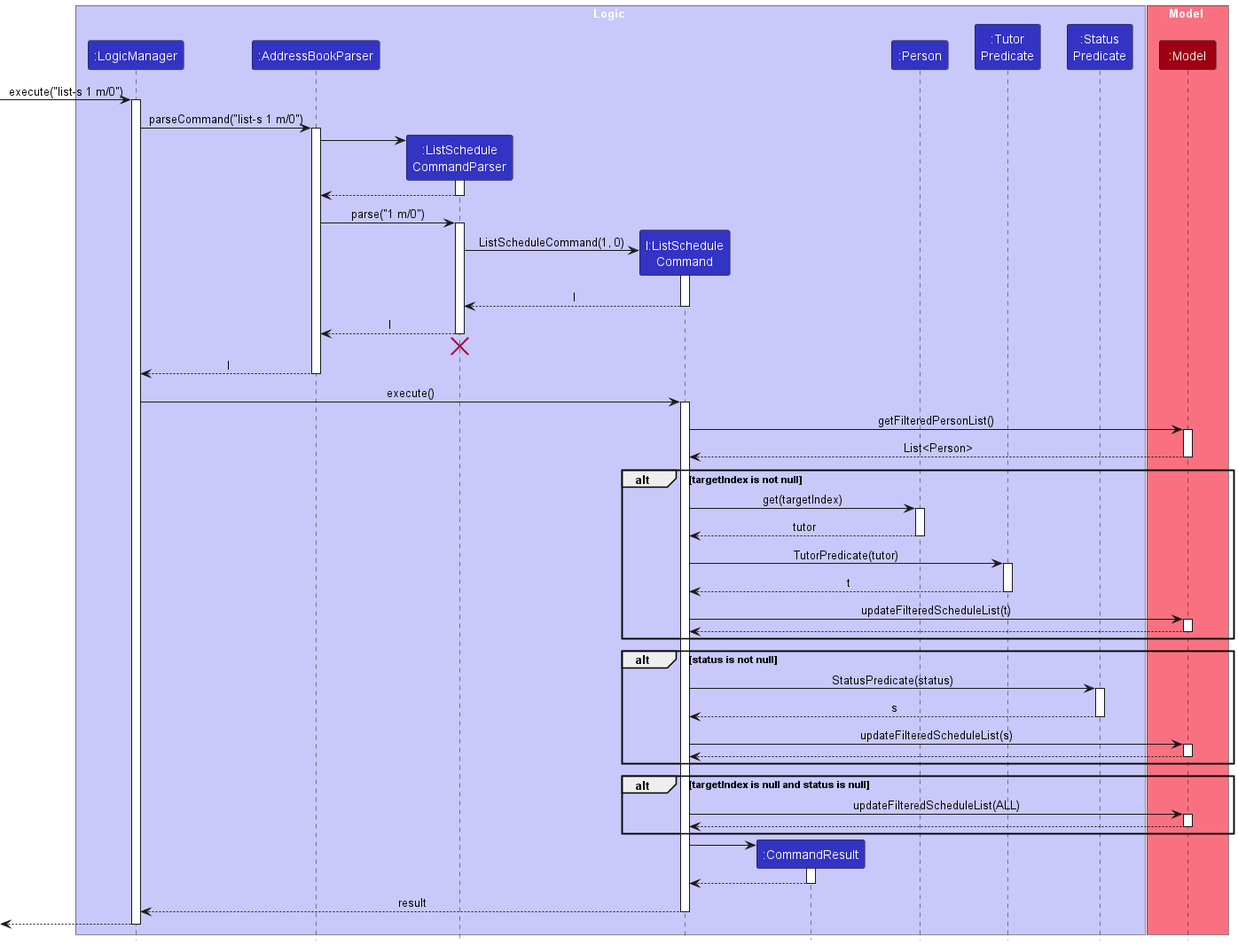
This is docs/images/ListScheduleSequenceDiagram.png from nus-cs2103-AY2324S1/tp, a PlantUML export, as it was before one commit.
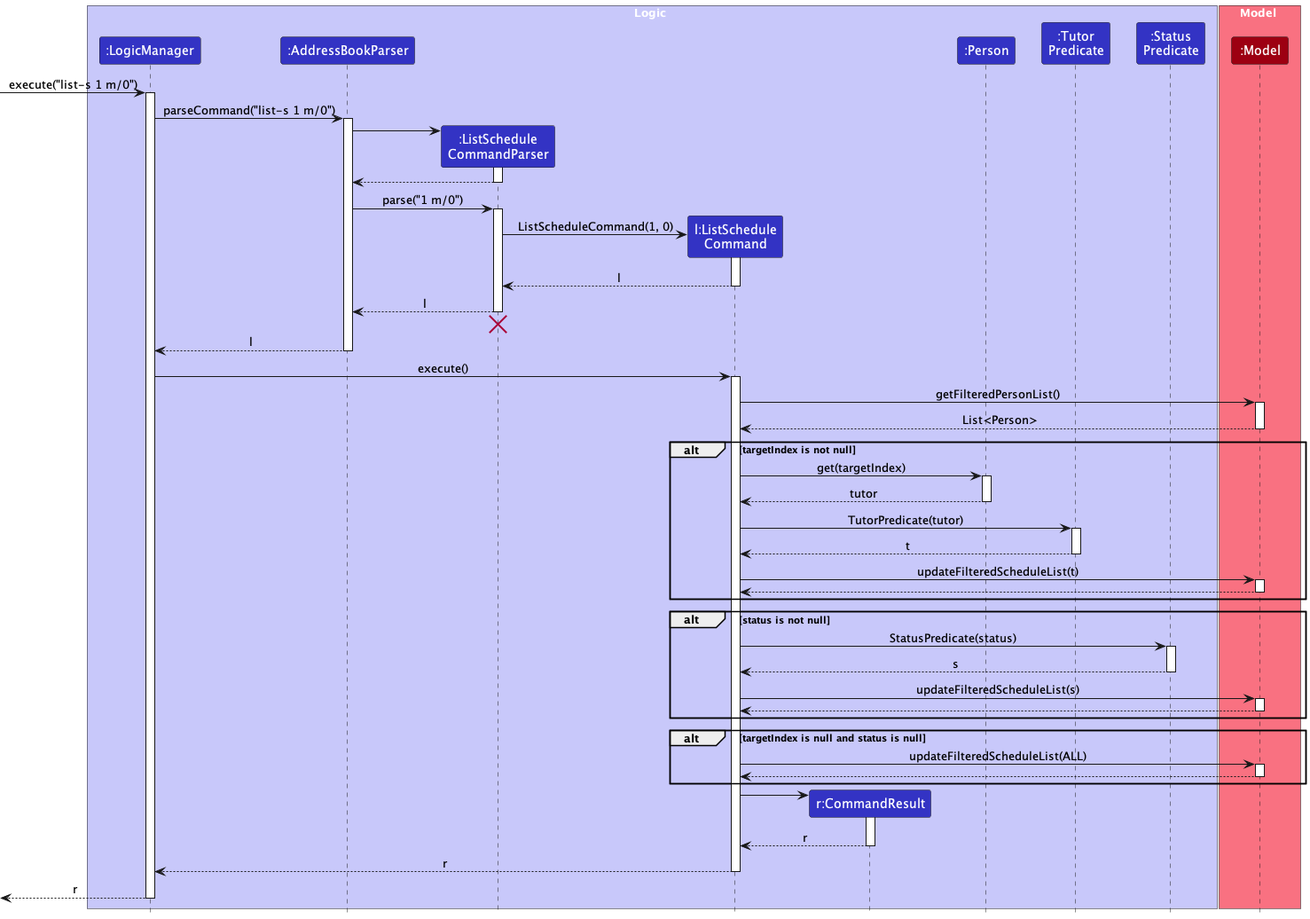
The same file after the commit.

Commit message:
Update sequence diagrams in DG

What changed in the source:
```diff
@@ -7,7 +7,7 @@
 participant ":AddressBookParser" as AddressBookParser LOGIC_COLOR
 participant ":ListSchedule\nCommandParser" as ListScheduleCommandParser LOGIC_COLOR
 participant "l:ListSchedule\nCommand" as ListScheduleCommand LOGIC_COLOR
-participant ":CommandResult" as CommandResult LOGIC_COLOR
+participant "r:CommandResult" as CommandResult LOGIC_COLOR
 participant ":Person" as Person LOGIC_COLOR
 participant ":Tutor\nPredicate" as TutorPredicate LOGIC_COLOR
 participant ":Status\nPredicate" as StatusPredicate LOGIC_COLOR
@@ -103,12 +103,12 @@
 ListScheduleCommand -> CommandResult
 activate CommandResult
 
-CommandResult --> ListScheduleCommand
+CommandResult --> ListScheduleCommand : r
 deactivate CommandResult
 
-ListScheduleCommand --> LogicManager : result
+ListScheduleCommand --> LogicManager : r
 deactivate ListScheduleCommand
 
-[<-- LogicManager
+[<-- LogicManager : r
 deactivate LogicManager
 @enduml
```
